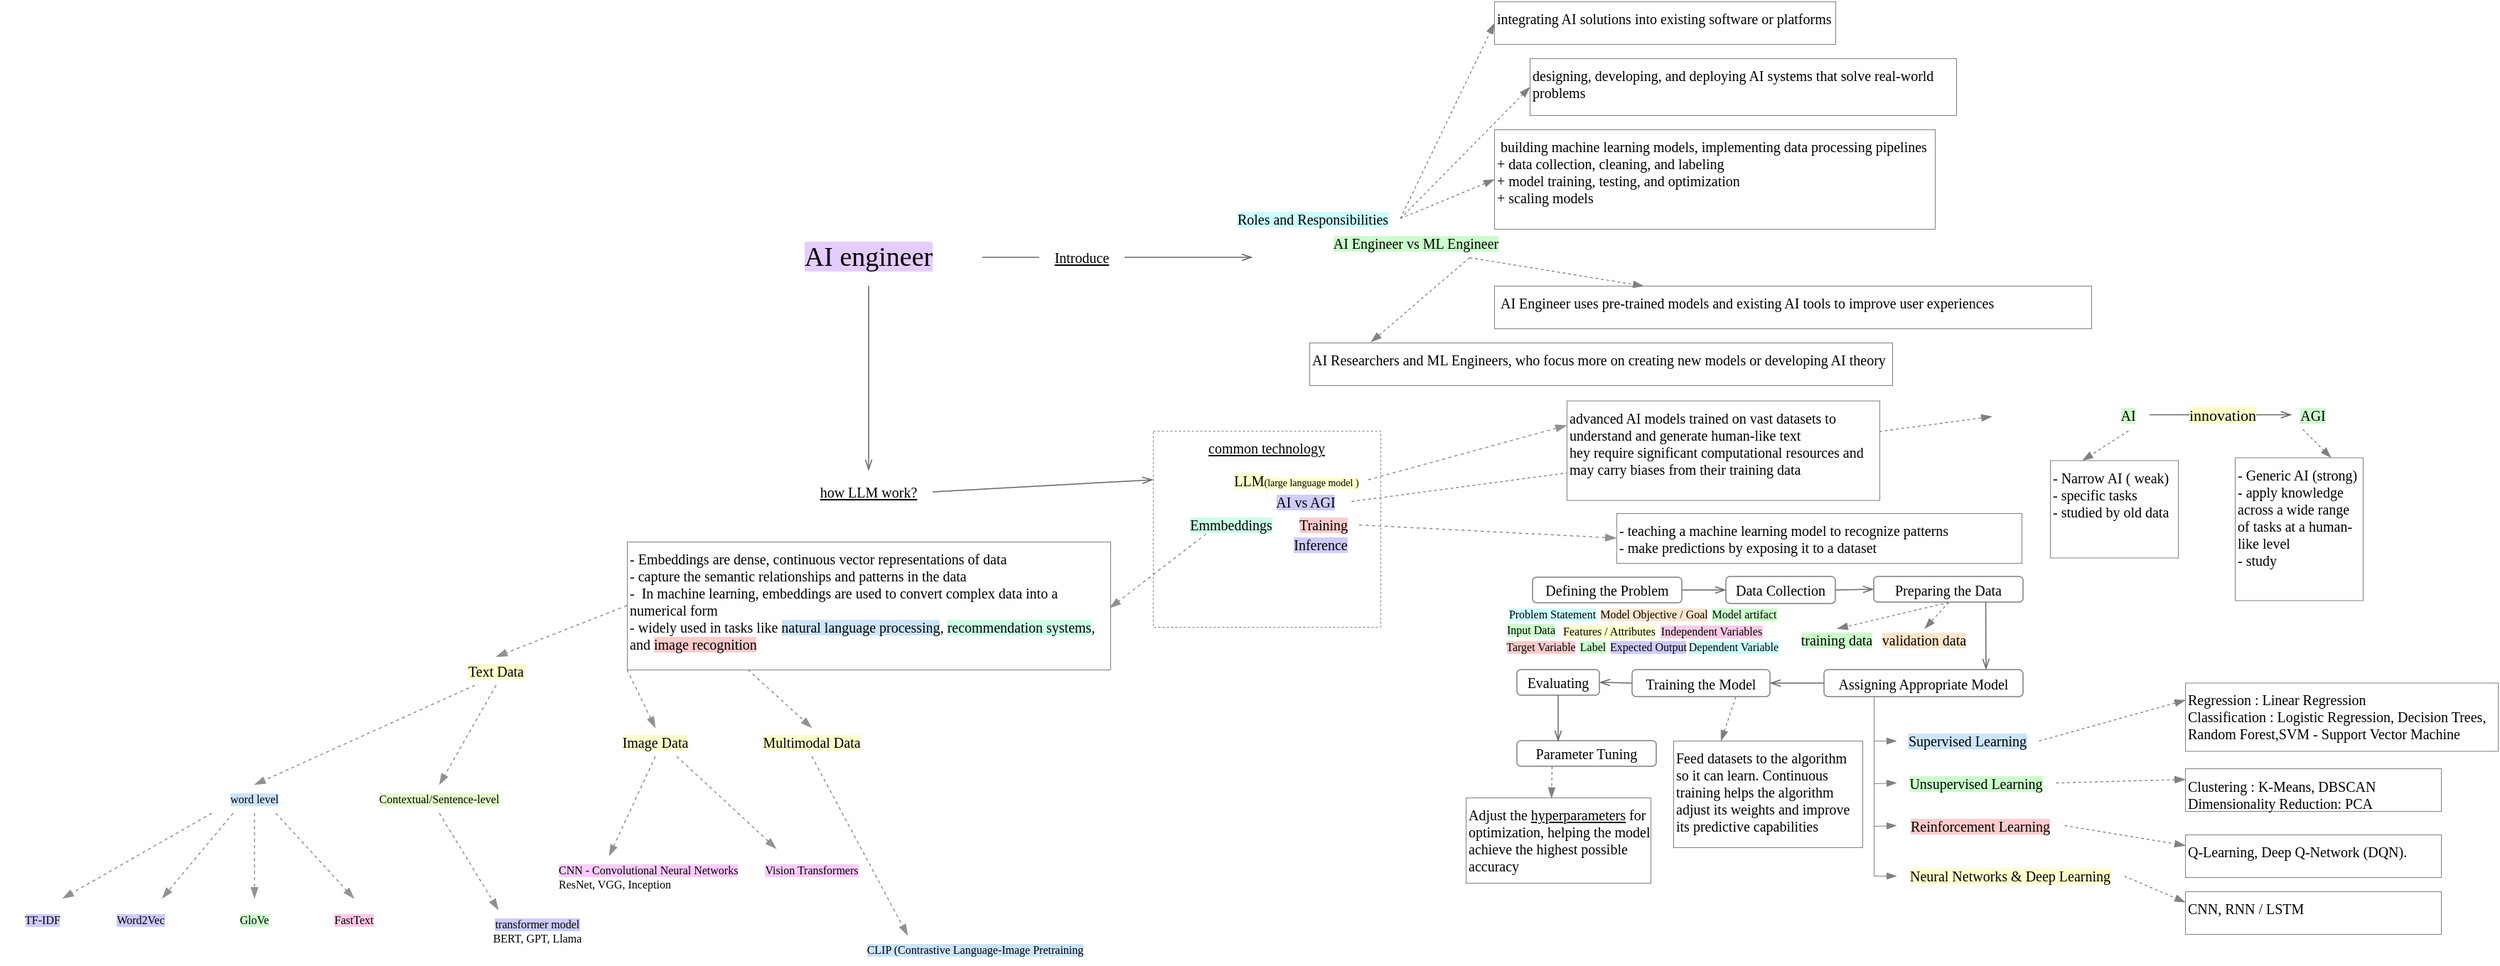
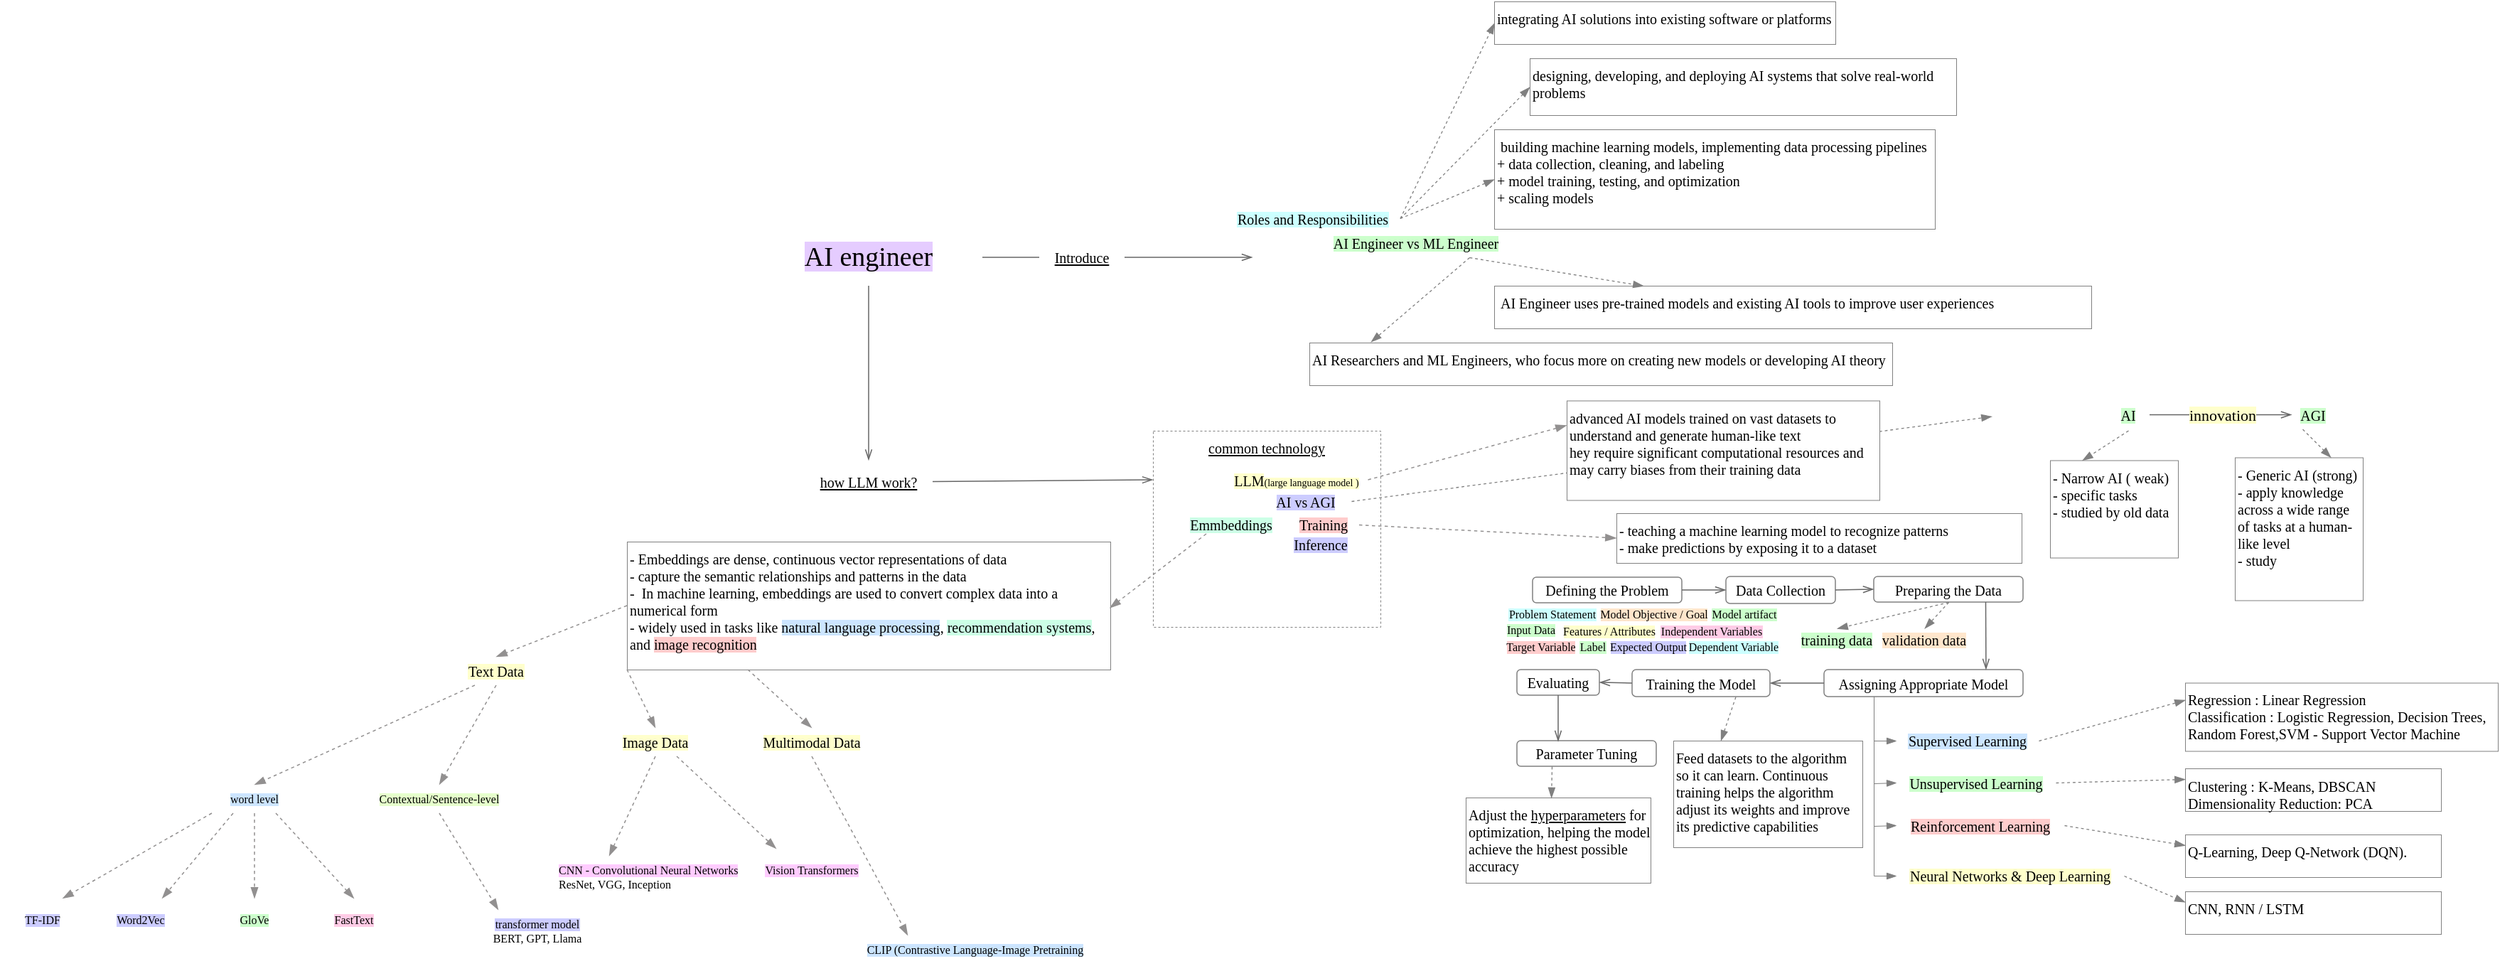
<mxfile host="app.diagrams.net" agent="Mozilla/5.0 (Macintosh; Intel Mac OS X 10_15_7) AppleWebKit/537.36 (KHTML, like Gecko) draw.io/29.3.0 Chrome/140.0.7339.249 Electron/38.7.2 Safari/537.36">
  <diagram name="Page-1" id="n3nyEJ4kgbD7jWuKOy95">
    <mxGraphModel dx="2415" dy="741" grid="1" gridSize="10" guides="1" tooltips="1" connect="1" arrows="1" fold="1" page="1" pageScale="1" pageWidth="827" pageHeight="1169" math="0" shadow="0">
      <root>
        <mxCell id="0" />
        <mxCell id="1" parent="0" />
        <mxCell id="48Jv2C9wjBzbgeSbcpPr-1" parent="1" style="text;html=1;whiteSpace=wrap;strokeColor=none;fillColor=none;align=center;verticalAlign=middle;rounded=0;fontFamily=Comic Sans MS;fontSize=19;" value="&lt;span style=&quot;background-color: rgb(229, 204, 255);&quot;&gt;AI engineer&lt;/span&gt;" vertex="1">
          <mxGeometry height="40" width="160" x="400" y="360" as="geometry" />
        </mxCell>
        <mxCell id="48Jv2C9wjBzbgeSbcpPr-3" parent="1" style="text;html=1;whiteSpace=wrap;strokeColor=none;fillColor=none;align=center;verticalAlign=middle;rounded=0;fontFamily=Comic Sans MS;fontSize=10;fontStyle=4" value="how LLM work?" vertex="1">
-           <mxGeometry height="30" width="90" x="435" y="530" as="geometry" />
+           <mxGeometry height="30" width="90" x="435" y="522.75" as="geometry" />
        </mxCell>
        <mxCell id="48Jv2C9wjBzbgeSbcpPr-6" edge="1" parent="1" source="48Jv2C9wjBzbgeSbcpPr-1" style="endArrow=openThin;html=1;rounded=0;strokeWidth=0.75;endFill=0;strokeColor=#666666;exitX=0.5;exitY=1;exitDx=0;exitDy=0;entryX=0.5;entryY=0;entryDx=0;entryDy=0;fontFamily=Comic Sans MS;" target="48Jv2C9wjBzbgeSbcpPr-3" value="">
          <mxGeometry height="50" relative="1" width="50" as="geometry">
            <mxPoint x="390" y="450" as="sourcePoint" />
            <mxPoint x="440" y="400" as="targetPoint" />
          </mxGeometry>
        </mxCell>
        <mxCell id="48Jv2C9wjBzbgeSbcpPr-8" parent="1" style="text;html=1;whiteSpace=wrap;strokeColor=none;fillColor=none;align=center;verticalAlign=middle;rounded=0;fontFamily=Comic Sans MS;fontSize=10;fontStyle=4" value="Introduce" vertex="1">
          <mxGeometry height="30" width="60" x="600" y="365" as="geometry" />
        </mxCell>
        <mxCell id="48Jv2C9wjBzbgeSbcpPr-9" edge="1" parent="1" source="48Jv2C9wjBzbgeSbcpPr-1" style="endArrow=none;html=1;rounded=0;strokeWidth=0.75;endFill=0;strokeColor=#666666;entryX=0;entryY=0.5;entryDx=0;entryDy=0;exitX=1;exitY=0.5;exitDx=0;exitDy=0;fontFamily=Comic Sans MS;" target="48Jv2C9wjBzbgeSbcpPr-8" value="">
          <mxGeometry height="50" relative="1" width="50" as="geometry">
            <mxPoint x="390" y="450" as="sourcePoint" />
            <mxPoint x="440" y="400" as="targetPoint" />
          </mxGeometry>
        </mxCell>
        <mxCell id="48Jv2C9wjBzbgeSbcpPr-11" edge="1" parent="1" source="48Jv2C9wjBzbgeSbcpPr-8" style="endArrow=openThin;html=1;rounded=0;strokeWidth=0.75;endFill=0;strokeColor=#666666;exitX=1;exitY=0.5;exitDx=0;exitDy=0;fontFamily=Comic Sans MS;" value="">
          <mxGeometry height="50" relative="1" width="50" as="geometry">
            <mxPoint x="590" y="450" as="sourcePoint" />
            <mxPoint x="750" y="380" as="targetPoint" />
          </mxGeometry>
        </mxCell>
        <mxCell id="48Jv2C9wjBzbgeSbcpPr-13" parent="1" style="text;html=1;whiteSpace=wrap;strokeColor=none;fillColor=none;align=center;verticalAlign=middle;rounded=0;fontFamily=Comic Sans MS;fontSize=10;" value="&lt;div&gt;&lt;span style=&quot;background-color: rgb(204, 255, 255);&quot;&gt;Roles and Responsibilities&lt;/span&gt;&lt;/div&gt;" vertex="1">
          <mxGeometry height="15" width="122.5" x="731.25" y="345" as="geometry" />
        </mxCell>
        <mxCell id="48Jv2C9wjBzbgeSbcpPr-14" parent="1" style="rounded=0;whiteSpace=wrap;html=1;fontFamily=Comic Sans MS;strokeWidth=0.5;strokeColor=#808080;align=left;verticalAlign=top;fontSize=10;" value="designing, developing, and deploying AI systems that solve real-world problems" vertex="1">
          <mxGeometry height="40" width="300" x="945" y="240" as="geometry" />
        </mxCell>
        <mxCell id="48Jv2C9wjBzbgeSbcpPr-15" parent="1" style="rounded=0;whiteSpace=wrap;html=1;fontFamily=Comic Sans MS;strokeWidth=0.5;strokeColor=#808080;align=left;verticalAlign=top;fontSize=10;" value="&amp;nbsp;building machine learning models, implementing data processing pipelines&lt;div&gt;+&amp;nbsp;data collection, cleaning, and labeling&lt;/div&gt;&lt;div&gt;+&amp;nbsp;model training, testing, and optimization&lt;/div&gt;&lt;div&gt;+&amp;nbsp;scaling models&lt;/div&gt;" vertex="1">
          <mxGeometry height="70" width="310" x="920" y="290" as="geometry" />
        </mxCell>
        <mxCell id="48Jv2C9wjBzbgeSbcpPr-16" parent="1" style="rounded=0;whiteSpace=wrap;html=1;fontFamily=Comic Sans MS;strokeWidth=0.5;strokeColor=#808080;align=left;verticalAlign=top;fontSize=10;" value="integrating AI solutions into existing software or platforms" vertex="1">
          <mxGeometry height="30" width="240" x="920" y="200" as="geometry" />
        </mxCell>
        <mxCell id="48Jv2C9wjBzbgeSbcpPr-17" edge="1" parent="1" source="48Jv2C9wjBzbgeSbcpPr-13" style="endArrow=blockThin;html=1;rounded=0;strokeColor=#808080;endFill=1;strokeWidth=0.65;exitX=1;exitY=0.5;exitDx=0;exitDy=0;entryX=0;entryY=0.5;entryDx=0;entryDy=0;dashed=1;fontFamily=Comic Sans MS;" target="48Jv2C9wjBzbgeSbcpPr-15" value="">
          <mxGeometry height="50" relative="1" width="50" as="geometry">
            <mxPoint x="945" y="330" as="sourcePoint" />
            <mxPoint x="920" y="290" as="targetPoint" />
          </mxGeometry>
        </mxCell>
        <mxCell id="48Jv2C9wjBzbgeSbcpPr-18" edge="1" parent="1" source="48Jv2C9wjBzbgeSbcpPr-13" style="endArrow=blockThin;html=1;rounded=0;strokeColor=#808080;endFill=1;strokeWidth=0.65;exitX=1;exitY=0.5;exitDx=0;exitDy=0;entryX=0;entryY=0.5;entryDx=0;entryDy=0;dashed=1;fontFamily=Comic Sans MS;" target="48Jv2C9wjBzbgeSbcpPr-14" value="">
          <mxGeometry height="50" relative="1" width="50" as="geometry">
            <mxPoint x="945" y="330" as="sourcePoint" />
            <mxPoint x="920" y="290" as="targetPoint" />
          </mxGeometry>
        </mxCell>
        <mxCell id="48Jv2C9wjBzbgeSbcpPr-19" edge="1" parent="1" source="48Jv2C9wjBzbgeSbcpPr-13" style="endArrow=blockThin;html=1;rounded=0;strokeColor=#808080;endFill=1;strokeWidth=0.65;exitX=1;exitY=0.5;exitDx=0;exitDy=0;entryX=0;entryY=0.5;entryDx=0;entryDy=0;dashed=1;fontFamily=Comic Sans MS;" target="48Jv2C9wjBzbgeSbcpPr-16" value="">
          <mxGeometry height="50" relative="1" width="50" as="geometry">
            <mxPoint x="945" y="330" as="sourcePoint" />
            <mxPoint x="920" y="290" as="targetPoint" />
          </mxGeometry>
        </mxCell>
        <mxCell id="48Jv2C9wjBzbgeSbcpPr-20" parent="1" style="text;html=1;whiteSpace=wrap;strokeColor=none;fillColor=none;align=center;verticalAlign=middle;rounded=0;fontFamily=Comic Sans MS;fontSize=10;" value="&lt;span style=&quot;background-color: rgb(204, 255, 204);&quot;&gt;AI Engineer vs ML Engineer&lt;/span&gt;" vertex="1">
          <mxGeometry height="20" width="150" x="790" y="360" as="geometry" />
        </mxCell>
        <mxCell id="48Jv2C9wjBzbgeSbcpPr-21" parent="1" style="rounded=0;whiteSpace=wrap;html=1;fontFamily=Comic Sans MS;strokeWidth=0.5;strokeColor=#808080;align=left;verticalAlign=top;fontSize=10;" value="&amp;nbsp;AI Engineer uses pre-trained models and existing AI tools to improve user experiences" vertex="1">
          <mxGeometry height="30" width="420" x="920" y="400" as="geometry" />
        </mxCell>
        <mxCell id="48Jv2C9wjBzbgeSbcpPr-22" parent="1" style="rounded=0;whiteSpace=wrap;html=1;fontFamily=Comic Sans MS;strokeWidth=0.5;strokeColor=#808080;align=left;verticalAlign=top;fontSize=10;" value="AI Researchers and ML Engineers, who focus more on creating new models or developing AI theory" vertex="1">
          <mxGeometry height="30" width="410" x="790" y="440" as="geometry" />
        </mxCell>
        <mxCell id="48Jv2C9wjBzbgeSbcpPr-23" edge="1" parent="1" source="48Jv2C9wjBzbgeSbcpPr-20" style="endArrow=blockThin;html=1;rounded=0;strokeColor=#808080;endFill=1;strokeWidth=0.65;exitX=0.75;exitY=1;exitDx=0;exitDy=0;entryX=0.25;entryY=0;entryDx=0;entryDy=0;dashed=1;fontFamily=Comic Sans MS;" target="48Jv2C9wjBzbgeSbcpPr-21" value="">
          <mxGeometry height="50" relative="1" width="50" as="geometry">
            <mxPoint x="705" y="330" as="sourcePoint" />
            <mxPoint x="680" y="290" as="targetPoint" />
          </mxGeometry>
        </mxCell>
        <mxCell id="48Jv2C9wjBzbgeSbcpPr-24" edge="1" parent="1" source="48Jv2C9wjBzbgeSbcpPr-20" style="endArrow=blockThin;html=1;rounded=0;strokeColor=#808080;endFill=1;strokeWidth=0.65;exitX=0.75;exitY=1;exitDx=0;exitDy=0;entryX=0.105;entryY=-0.017;entryDx=0;entryDy=0;dashed=1;entryPerimeter=0;fontFamily=Comic Sans MS;" target="48Jv2C9wjBzbgeSbcpPr-22" value="">
          <mxGeometry height="50" relative="1" width="50" as="geometry">
            <mxPoint x="705" y="330" as="sourcePoint" />
            <mxPoint x="680" y="290" as="targetPoint" />
          </mxGeometry>
        </mxCell>
        <mxCell id="48Jv2C9wjBzbgeSbcpPr-25" parent="1" style="rounded=0;whiteSpace=wrap;html=1;fontFamily=Comic Sans MS;strokeWidth=0.5;strokeColor=#808080;align=center;verticalAlign=top;fontSize=10;dashed=1;" value="&lt;u&gt;common technology&lt;/u&gt;&lt;div&gt;&lt;br&gt;&lt;/div&gt;" vertex="1">
          <mxGeometry height="138" width="160" x="680" y="502" as="geometry" />
        </mxCell>
        <mxCell id="48Jv2C9wjBzbgeSbcpPr-27" parent="1" style="text;html=1;whiteSpace=wrap;strokeColor=none;fillColor=none;align=center;verticalAlign=middle;rounded=0;fontFamily=Comic Sans MS;fontSize=10;" value="&lt;span&gt;&lt;span style=&quot;background-color: light-dark(rgb(204, 204, 255), rgb(0, 43, 0));&quot;&gt;AI vs AGI&lt;/span&gt;&lt;br&gt;&lt;/span&gt;" vertex="1">
          <mxGeometry height="10" width="65" x="754.5" y="546.5" as="geometry" />
        </mxCell>
        <mxCell id="48Jv2C9wjBzbgeSbcpPr-28" edge="1" parent="1" source="48Jv2C9wjBzbgeSbcpPr-3" style="endArrow=openThin;html=1;rounded=0;strokeWidth=0.75;endFill=0;strokeColor=#666666;exitX=1;exitY=0.5;exitDx=0;exitDy=0;entryX=0;entryY=0.25;entryDx=0;entryDy=0;fontFamily=Comic Sans MS;" target="48Jv2C9wjBzbgeSbcpPr-25" value="">
          <mxGeometry height="50" relative="1" width="50" as="geometry">
            <mxPoint x="670" y="630" as="sourcePoint" />
            <mxPoint x="720" y="580" as="targetPoint" />
          </mxGeometry>
        </mxCell>
        <mxCell id="48Jv2C9wjBzbgeSbcpPr-31" edge="1" parent="1" source="48Jv2C9wjBzbgeSbcpPr-27" style="endArrow=blockThin;html=1;rounded=0;strokeColor=#808080;endFill=1;strokeWidth=0.65;exitX=1;exitY=0.5;exitDx=0;exitDy=0;dashed=1;fontFamily=Comic Sans MS;entryX=0;entryY=0.5;entryDx=0;entryDy=0;" value="">
          <mxGeometry height="50" relative="1" width="50" as="geometry">
            <mxPoint x="810" y="536" as="sourcePoint" />
            <mxPoint x="1270" y="491.7500000000001" as="targetPoint" />
          </mxGeometry>
        </mxCell>
        <mxCell id="48Jv2C9wjBzbgeSbcpPr-32" parent="1" style="text;html=1;whiteSpace=wrap;strokeColor=none;fillColor=none;align=center;verticalAlign=middle;rounded=0;fontFamily=Comic Sans MS;fontSize=10;" value="&lt;span style=&quot;background-color: rgb(204, 255, 204);&quot;&gt;&lt;span style=&quot;background-color: light-dark(rgb(204, 255, 204), rgb(0, 43, 0));&quot;&gt;AI&lt;/span&gt;&lt;br&gt;&lt;/span&gt;" vertex="1">
          <mxGeometry height="22" width="30" x="1351" y="479.75" as="geometry" />
        </mxCell>
        <mxCell id="48Jv2C9wjBzbgeSbcpPr-34" parent="1" style="text;html=1;whiteSpace=wrap;strokeColor=none;fillColor=none;align=center;verticalAlign=middle;rounded=0;fontFamily=Comic Sans MS;fontSize=10;" value="&lt;span style=&quot;background-color: rgb(204, 255, 204);&quot;&gt;AGI&lt;/span&gt;" vertex="1">
          <mxGeometry height="20" width="30" x="1481" y="480.75" as="geometry" />
        </mxCell>
        <mxCell id="48Jv2C9wjBzbgeSbcpPr-35" edge="1" parent="1" source="48Jv2C9wjBzbgeSbcpPr-32" style="endArrow=openThin;html=1;rounded=0;strokeWidth=0.75;endFill=0;strokeColor=#666666;exitX=1;exitY=0.5;exitDx=0;exitDy=0;fontFamily=Comic Sans MS;" target="48Jv2C9wjBzbgeSbcpPr-34" value="">
          <mxGeometry height="50" relative="1" width="50" as="geometry">
            <mxPoint x="1391" y="612.75" as="sourcePoint" />
            <mxPoint x="1441" y="562.75" as="targetPoint" />
          </mxGeometry>
        </mxCell>
        <mxCell id="48Jv2C9wjBzbgeSbcpPr-36" connectable="0" parent="48Jv2C9wjBzbgeSbcpPr-35" style="edgeLabel;html=1;align=center;verticalAlign=middle;resizable=0;points=[];fontFamily=Comic Sans MS;" value="&lt;span style=&quot;background-color: rgb(255, 255, 204);&quot;&gt;innovation&lt;/span&gt;" vertex="1">
          <mxGeometry relative="1" x="-0.312" as="geometry">
            <mxPoint x="16" as="offset" />
          </mxGeometry>
        </mxCell>
        <mxCell id="48Jv2C9wjBzbgeSbcpPr-37" parent="1" style="rounded=0;whiteSpace=wrap;html=1;fontFamily=Comic Sans MS;strokeWidth=0.5;strokeColor=#808080;align=left;verticalAlign=top;fontSize=10;" value="- Narrow AI ( weak)&lt;div&gt;-&amp;nbsp;specific tasks&lt;/div&gt;&lt;div&gt;- studied by old data&lt;/div&gt;" vertex="1">
          <mxGeometry height="68.5" width="90" x="1311" y="522.75" as="geometry" />
        </mxCell>
        <mxCell id="48Jv2C9wjBzbgeSbcpPr-38" parent="1" style="rounded=0;whiteSpace=wrap;html=1;fontFamily=Comic Sans MS;strokeWidth=0.5;strokeColor=#808080;align=left;verticalAlign=top;fontSize=10;" value="- Generic AI (strong)&lt;div&gt;-&amp;nbsp;apply knowledge across a wide range of tasks at a human-like level&lt;/div&gt;&lt;div&gt;- study&amp;nbsp;&lt;/div&gt;" vertex="1">
          <mxGeometry height="100.5" width="90" x="1441" y="520.75" as="geometry" />
        </mxCell>
        <mxCell id="48Jv2C9wjBzbgeSbcpPr-39" edge="1" parent="1" source="48Jv2C9wjBzbgeSbcpPr-34" style="endArrow=blockThin;html=1;rounded=0;strokeColor=#808080;endFill=1;strokeWidth=0.65;exitX=0.25;exitY=1;exitDx=0;exitDy=0;entryX=0.75;entryY=0;entryDx=0;entryDy=0;dashed=1;" target="48Jv2C9wjBzbgeSbcpPr-38" value="">
          <mxGeometry height="50" relative="1" width="50" as="geometry">
            <mxPoint x="1456" y="580.75" as="sourcePoint" />
            <mxPoint x="1431" y="540.75" as="targetPoint" />
          </mxGeometry>
        </mxCell>
        <mxCell id="48Jv2C9wjBzbgeSbcpPr-41" edge="1" parent="1" source="48Jv2C9wjBzbgeSbcpPr-32" style="endArrow=blockThin;html=1;rounded=0;strokeColor=#808080;endFill=1;strokeWidth=0.65;exitX=0.5;exitY=1;exitDx=0;exitDy=0;entryX=0.25;entryY=0;entryDx=0;entryDy=0;dashed=1;" target="48Jv2C9wjBzbgeSbcpPr-37" value="">
          <mxGeometry height="50" relative="1" width="50" as="geometry">
            <mxPoint x="1456" y="582.75" as="sourcePoint" />
            <mxPoint x="1431" y="542.75" as="targetPoint" />
          </mxGeometry>
        </mxCell>
        <mxCell id="4Kx2ZGOmUHy-jwn0eLsE-1" parent="1" style="text;html=1;whiteSpace=wrap;strokeColor=none;fillColor=none;align=center;verticalAlign=middle;rounded=0;" value="&lt;font face=&quot;Comic Sans MS&quot; style=&quot;background-color: rgb(255, 255, 204); font-size: 10px;&quot;&gt;LLM&lt;/font&gt;&lt;span style=&quot;background-color: rgb(255, 255, 204); font-size: 7px; font-family: &amp;quot;Comic Sans MS&amp;quot;; color: light-dark(rgb(0, 0, 0), rgb(255, 255, 255));&quot;&gt;(large language model )&lt;/span&gt;" vertex="1">
          <mxGeometry height="20" width="100" x="731.25" y="526.5" as="geometry" />
        </mxCell>
        <mxCell id="4Kx2ZGOmUHy-jwn0eLsE-2" parent="1" style="rounded=0;whiteSpace=wrap;html=1;align=left;verticalAlign=top;fontFamily=Comic Sans MS;strokeWidth=0.5;fontSize=10;strokeColor=#808080;" value="&lt;div&gt;&lt;div&gt;&lt;span style=&quot;background-color: transparent;&quot;&gt;advanced AI models trained on vast datasets to understand and generate human-like text&lt;/span&gt;&lt;/div&gt;&lt;/div&gt;&lt;div&gt;&lt;span style=&quot;background-color: transparent;&quot;&gt;hey require significant computational resources and may carry biases from their training data&lt;/span&gt;&lt;/div&gt;" vertex="1">
          <mxGeometry height="70" width="220" x="971" y="480.75" as="geometry" />
        </mxCell>
        <mxCell id="4Kx2ZGOmUHy-jwn0eLsE-3" edge="1" parent="1" source="4Kx2ZGOmUHy-jwn0eLsE-1" style="endArrow=blockThin;html=1;rounded=0;endFill=1;strokeColor=light-dark(#929090, #ededed);strokeWidth=0.75;dashed=1;exitX=1;exitY=0.5;exitDx=0;exitDy=0;entryX=0;entryY=0.25;entryDx=0;entryDy=0;" target="4Kx2ZGOmUHy-jwn0eLsE-2" value="">
          <mxGeometry height="50" relative="1" width="50" as="geometry">
            <mxPoint x="710" y="550" as="sourcePoint" />
            <mxPoint x="760" y="500" as="targetPoint" />
          </mxGeometry>
        </mxCell>
        <mxCell id="4Kx2ZGOmUHy-jwn0eLsE-4" parent="1" style="text;html=1;whiteSpace=wrap;strokeColor=none;fillColor=none;align=center;verticalAlign=middle;rounded=0;fontFamily=Comic Sans MS;fontSize=10;" value="&lt;span&gt;&lt;span style=&quot;background-color: light-dark(rgb(204, 255, 230), rgb(0, 43, 0));&quot;&gt;Emmbeddings&lt;/span&gt;&lt;br&gt;&lt;/span&gt;" vertex="1">
          <mxGeometry height="14" width="70" x="700" y="560.5" as="geometry" />
        </mxCell>
        <mxCell id="4Kx2ZGOmUHy-jwn0eLsE-5" parent="1" style="rounded=0;whiteSpace=wrap;html=1;align=left;verticalAlign=top;fontFamily=Comic Sans MS;strokeWidth=0.5;fontSize=10;strokeColor=#808080;" value="&lt;div&gt;&lt;div&gt;&lt;span style=&quot;background-color: transparent;&quot;&gt;- Embeddings are dense, continuous vector representations of data&lt;/span&gt;&lt;/div&gt;&lt;/div&gt;&lt;div&gt;&lt;span style=&quot;background-color: transparent;&quot;&gt;-&amp;nbsp;&lt;/span&gt;&lt;span style=&quot;background-color: transparent;&quot;&gt;capture the semantic relationships and patterns in the data&lt;/span&gt;&lt;/div&gt;&lt;div&gt;&lt;span style=&quot;background-color: transparent;&quot;&gt;-&amp;nbsp;&lt;/span&gt;&lt;span style=&quot;background-color: transparent;&quot;&gt;&amp;nbsp;In machine learning, embeddings are used to convert complex data into a numerical form&lt;/span&gt;&lt;/div&gt;&lt;div&gt;&lt;span style=&quot;background-color: transparent;&quot;&gt;-&amp;nbsp;&lt;/span&gt;&lt;span style=&quot;background-color: transparent;&quot;&gt;widely used in tasks like &lt;/span&gt;&lt;span style=&quot;background-color: rgb(204, 229, 255);&quot;&gt;natural language processing&lt;/span&gt;&lt;span style=&quot;background-color: transparent;&quot;&gt;, &lt;/span&gt;&lt;span style=&quot;background-color: rgb(204, 255, 230);&quot;&gt;recommendation systems&lt;/span&gt;&lt;span style=&quot;background-color: transparent;&quot;&gt;, and &lt;/span&gt;&lt;span style=&quot;background-color: rgb(255, 204, 204);&quot;&gt;image recognition&lt;/span&gt;&lt;/div&gt;" vertex="1">
          <mxGeometry height="90" width="340" x="310" y="580" as="geometry" />
        </mxCell>
        <mxCell id="4Kx2ZGOmUHy-jwn0eLsE-6" parent="1" style="text;html=1;whiteSpace=wrap;strokeColor=none;fillColor=none;align=center;verticalAlign=middle;rounded=0;fontSize=10;" value="&lt;font face=&quot;Comic Sans MS&quot; style=&quot;background-color: rgb(255, 204, 204);&quot;&gt;Training&lt;/font&gt;" vertex="1">
          <mxGeometry height="13.5" width="50" x="775" y="561.5" as="geometry" />
        </mxCell>
        <mxCell id="4Kx2ZGOmUHy-jwn0eLsE-7" edge="1" parent="1" source="4Kx2ZGOmUHy-jwn0eLsE-4" style="endArrow=blockThin;html=1;rounded=0;endFill=1;strokeColor=light-dark(#929090, #ededed);strokeWidth=0.75;dashed=1;exitX=0.25;exitY=1;exitDx=0;exitDy=0;entryX=0.999;entryY=0.518;entryDx=0;entryDy=0;entryPerimeter=0;" target="4Kx2ZGOmUHy-jwn0eLsE-5" value="">
          <mxGeometry height="50" relative="1" width="50" as="geometry">
            <mxPoint x="620" y="640" as="sourcePoint" />
            <mxPoint x="670" y="590" as="targetPoint" />
          </mxGeometry>
        </mxCell>
        <mxCell id="4Kx2ZGOmUHy-jwn0eLsE-8" parent="1" style="rounded=0;whiteSpace=wrap;html=1;align=left;verticalAlign=top;fontFamily=Comic Sans MS;strokeWidth=0.5;fontSize=10;strokeColor=#808080;" value="&lt;div&gt;&lt;span style=&quot;background-color: transparent; color: light-dark(rgb(0, 0, 0), rgb(255, 255, 255));&quot;&gt;-&amp;nbsp;teaching a machine learning model to recognize patterns&lt;/span&gt;&lt;/div&gt;&lt;div&gt;-&amp;nbsp;make predictions by exposing it to a dataset&lt;/div&gt;" vertex="1">
          <mxGeometry height="35" width="285" x="1006" y="560" as="geometry" />
        </mxCell>
        <mxCell id="4Kx2ZGOmUHy-jwn0eLsE-10" edge="1" parent="1" source="4Kx2ZGOmUHy-jwn0eLsE-6" style="endArrow=blockThin;html=1;rounded=0;endFill=1;strokeColor=light-dark(#929090, #ededed);strokeWidth=0.75;dashed=1;exitX=1;exitY=0.5;exitDx=0;exitDy=0;entryX=0;entryY=0.5;entryDx=0;entryDy=0;" target="4Kx2ZGOmUHy-jwn0eLsE-8" value="">
          <mxGeometry height="50" relative="1" width="50" as="geometry">
            <mxPoint x="950" y="590" as="sourcePoint" />
            <mxPoint x="1000" y="540" as="targetPoint" />
          </mxGeometry>
        </mxCell>
        <mxCell id="4Kx2ZGOmUHy-jwn0eLsE-11" parent="1" style="text;html=1;whiteSpace=wrap;strokeColor=none;fillColor=none;align=center;verticalAlign=middle;rounded=0;fontSize=10;" value="&lt;font face=&quot;Comic Sans MS&quot; style=&quot;background-color: rgb(255, 255, 204);&quot;&gt;Text Data&lt;/font&gt;" vertex="1">
          <mxGeometry height="20" width="60" x="188" y="661" as="geometry" />
        </mxCell>
        <mxCell id="4Kx2ZGOmUHy-jwn0eLsE-12" parent="1" style="text;html=1;whiteSpace=wrap;strokeColor=none;fillColor=none;align=center;verticalAlign=middle;rounded=0;fontSize=10;" value="&lt;font face=&quot;Comic Sans MS&quot; style=&quot;background-color: rgb(255, 255, 204);&quot;&gt;Image Data&lt;/font&gt;" vertex="1">
          <mxGeometry height="20" width="60" x="300" y="711" as="geometry" />
        </mxCell>
        <mxCell id="4Kx2ZGOmUHy-jwn0eLsE-13" parent="1" style="text;html=1;whiteSpace=wrap;strokeColor=none;fillColor=none;align=center;verticalAlign=middle;rounded=0;fontSize=10;" value="&lt;font face=&quot;Comic Sans MS&quot; style=&quot;background-color: rgb(255, 255, 204);&quot;&gt;Multimodal&amp;nbsp;Data&lt;/font&gt;" vertex="1">
          <mxGeometry height="20" width="60" x="410" y="711" as="geometry" />
        </mxCell>
        <mxCell id="4Kx2ZGOmUHy-jwn0eLsE-14" edge="1" parent="1" source="4Kx2ZGOmUHy-jwn0eLsE-5" style="endArrow=blockThin;html=1;rounded=0;endFill=1;strokeColor=light-dark(#929090, #ededed);strokeWidth=0.75;dashed=1;entryX=0.5;entryY=0;entryDx=0;entryDy=0;exitX=0.25;exitY=1;exitDx=0;exitDy=0;" target="4Kx2ZGOmUHy-jwn0eLsE-13" value="">
          <mxGeometry height="50" relative="1" width="50" as="geometry">
            <mxPoint x="410" y="700" as="sourcePoint" />
            <mxPoint x="460" y="650" as="targetPoint" />
          </mxGeometry>
        </mxCell>
        <mxCell id="4Kx2ZGOmUHy-jwn0eLsE-15" edge="1" parent="1" source="4Kx2ZGOmUHy-jwn0eLsE-5" style="endArrow=blockThin;html=1;rounded=0;endFill=1;strokeColor=light-dark(#929090, #ededed);strokeWidth=0.75;dashed=1;entryX=0.5;entryY=0;entryDx=0;entryDy=0;exitX=0;exitY=1;exitDx=0;exitDy=0;" target="4Kx2ZGOmUHy-jwn0eLsE-12" value="">
          <mxGeometry height="50" relative="1" width="50" as="geometry">
            <mxPoint x="410" y="700" as="sourcePoint" />
            <mxPoint x="460" y="650" as="targetPoint" />
          </mxGeometry>
        </mxCell>
        <mxCell id="4Kx2ZGOmUHy-jwn0eLsE-16" edge="1" parent="1" source="4Kx2ZGOmUHy-jwn0eLsE-5" style="endArrow=blockThin;html=1;rounded=0;endFill=1;strokeColor=light-dark(#929090, #ededed);strokeWidth=0.75;dashed=1;entryX=0.5;entryY=0;entryDx=0;entryDy=0;exitX=0;exitY=0.5;exitDx=0;exitDy=0;" target="4Kx2ZGOmUHy-jwn0eLsE-11" value="">
          <mxGeometry height="50" relative="1" width="50" as="geometry">
            <mxPoint x="410" y="700" as="sourcePoint" />
            <mxPoint x="460" y="650" as="targetPoint" />
          </mxGeometry>
        </mxCell>
        <mxCell id="4Kx2ZGOmUHy-jwn0eLsE-17" parent="1" style="text;html=1;whiteSpace=wrap;strokeColor=none;fillColor=none;align=center;verticalAlign=middle;rounded=0;fontSize=8;" value="&lt;font face=&quot;Comic Sans MS&quot; style=&quot;background-color: rgb(204, 229, 255);&quot;&gt;word level&lt;/font&gt;" vertex="1">
          <mxGeometry height="20" width="60" x="18" y="751" as="geometry" />
        </mxCell>
        <mxCell id="4Kx2ZGOmUHy-jwn0eLsE-18" parent="1" style="text;html=1;whiteSpace=wrap;strokeColor=none;fillColor=none;align=center;verticalAlign=middle;rounded=0;fontSize=8;fontStyle=0" value="&lt;font face=&quot;Comic Sans MS&quot; style=&quot;background-color: rgb(204, 204, 255);&quot;&gt;Word2Vec&lt;/font&gt;" vertex="1">
          <mxGeometry height="30" width="60" x="-62" y="830.9999999999995" as="geometry" />
        </mxCell>
        <mxCell id="4Kx2ZGOmUHy-jwn0eLsE-19" parent="1" style="text;html=1;whiteSpace=wrap;strokeColor=none;fillColor=none;align=center;verticalAlign=middle;rounded=0;fontSize=8;fontStyle=0" value="&lt;font face=&quot;Comic Sans MS&quot; style=&quot;background-color: rgb(204, 255, 204);&quot;&gt;GloVe&lt;/font&gt;" vertex="1">
          <mxGeometry height="30" width="60" x="18" y="830.9999999999995" as="geometry" />
        </mxCell>
        <mxCell id="4Kx2ZGOmUHy-jwn0eLsE-20" parent="1" style="text;html=1;whiteSpace=wrap;strokeColor=none;fillColor=none;align=center;verticalAlign=middle;rounded=0;fontSize=8;fontStyle=0" value="&lt;font face=&quot;Comic Sans MS&quot; style=&quot;background-color: rgb(255, 204, 230);&quot;&gt;FastText&lt;/font&gt;" vertex="1">
          <mxGeometry height="30" width="60" x="88" y="830.9999999999995" as="geometry" />
        </mxCell>
        <mxCell id="4Kx2ZGOmUHy-jwn0eLsE-21" edge="1" parent="1" source="4Kx2ZGOmUHy-jwn0eLsE-17" style="endArrow=blockThin;html=1;rounded=0;endFill=1;strokeColor=light-dark(#929090, #ededed);strokeWidth=0.75;dashed=1;exitX=0.75;exitY=1;exitDx=0;exitDy=0;entryX=0.5;entryY=0;entryDx=0;entryDy=0;fontSize=8;" target="4Kx2ZGOmUHy-jwn0eLsE-20" value="">
          <mxGeometry height="50" relative="1" width="50" as="geometry">
            <mxPoint x="118" y="791" as="sourcePoint" />
            <mxPoint x="168" y="741" as="targetPoint" />
          </mxGeometry>
        </mxCell>
        <mxCell id="4Kx2ZGOmUHy-jwn0eLsE-22" edge="1" parent="1" source="4Kx2ZGOmUHy-jwn0eLsE-17" style="endArrow=blockThin;html=1;rounded=0;endFill=1;strokeColor=light-dark(#929090, #ededed);strokeWidth=0.75;dashed=1;exitX=0.5;exitY=1;exitDx=0;exitDy=0;fontSize=8;" target="4Kx2ZGOmUHy-jwn0eLsE-19" value="">
          <mxGeometry height="50" relative="1" width="50" as="geometry">
            <mxPoint x="88" y="791" as="sourcePoint" />
            <mxPoint x="143" y="851" as="targetPoint" />
          </mxGeometry>
        </mxCell>
        <mxCell id="4Kx2ZGOmUHy-jwn0eLsE-23" edge="1" parent="1" source="4Kx2ZGOmUHy-jwn0eLsE-17" style="endArrow=blockThin;html=1;rounded=0;endFill=1;strokeColor=light-dark(#929090, #ededed);strokeWidth=0.75;dashed=1;exitX=0.25;exitY=1;exitDx=0;exitDy=0;entryX=0.75;entryY=0;entryDx=0;entryDy=0;fontSize=8;" target="4Kx2ZGOmUHy-jwn0eLsE-18" value="">
          <mxGeometry height="50" relative="1" width="50" as="geometry">
            <mxPoint x="38" y="781" as="sourcePoint" />
            <mxPoint x="38" y="841" as="targetPoint" />
          </mxGeometry>
        </mxCell>
        <mxCell id="4Kx2ZGOmUHy-jwn0eLsE-24" parent="1" style="text;html=1;whiteSpace=wrap;strokeColor=none;fillColor=none;align=center;verticalAlign=middle;rounded=0;fontSize=8;" value="&lt;font face=&quot;Comic Sans MS&quot; style=&quot;background-color: rgb(230, 255, 204);&quot;&gt;Contextual/Sentence-level&lt;/font&gt;" vertex="1">
          <mxGeometry height="20" width="140" x="108" y="751" as="geometry" />
        </mxCell>
        <mxCell id="4Kx2ZGOmUHy-jwn0eLsE-25" parent="1" style="text;html=1;whiteSpace=wrap;strokeColor=none;fillColor=none;align=center;verticalAlign=middle;rounded=0;fontSize=8;" value="&lt;font face=&quot;Comic Sans MS&quot;&gt;&lt;span style=&quot;background-color: rgb(204, 204, 255);&quot;&gt;transformer model&lt;/span&gt;&lt;br&gt;&lt;font&gt;BERT, GPT, Llama&lt;/font&gt;&lt;/font&gt;" vertex="1">
          <mxGeometry height="30" width="110" x="192" y="839" as="geometry" />
        </mxCell>
        <mxCell id="4Kx2ZGOmUHy-jwn0eLsE-26" edge="1" parent="1" source="4Kx2ZGOmUHy-jwn0eLsE-24" style="endArrow=blockThin;html=1;rounded=0;endFill=1;strokeColor=light-dark(#929090, #ededed);strokeWidth=0.75;dashed=1;entryX=0.25;entryY=0;entryDx=0;entryDy=0;exitX=0.5;exitY=1;exitDx=0;exitDy=0;fontSize=8;" target="4Kx2ZGOmUHy-jwn0eLsE-25" value="">
          <mxGeometry height="50" relative="1" width="50" as="geometry">
            <mxPoint x="208" y="841" as="sourcePoint" />
            <mxPoint x="258" y="791" as="targetPoint" />
          </mxGeometry>
        </mxCell>
        <mxCell id="4Kx2ZGOmUHy-jwn0eLsE-27" edge="1" parent="1" source="4Kx2ZGOmUHy-jwn0eLsE-11" style="endArrow=blockThin;html=1;rounded=0;endFill=1;strokeColor=light-dark(#929090, #ededed);strokeWidth=0.75;dashed=1;exitX=0.25;exitY=1;exitDx=0;exitDy=0;entryX=0.5;entryY=0;entryDx=0;entryDy=0;" target="4Kx2ZGOmUHy-jwn0eLsE-17" value="">
          <mxGeometry height="50" relative="1" width="50" as="geometry">
            <mxPoint x="178" y="851" as="sourcePoint" />
            <mxPoint x="228" y="801" as="targetPoint" />
          </mxGeometry>
        </mxCell>
        <mxCell id="4Kx2ZGOmUHy-jwn0eLsE-28" edge="1" parent="1" source="4Kx2ZGOmUHy-jwn0eLsE-11" style="endArrow=blockThin;html=1;rounded=0;endFill=1;strokeColor=light-dark(#929090, #ededed);strokeWidth=0.75;dashed=1;entryX=0.5;entryY=0;entryDx=0;entryDy=0;exitX=0.5;exitY=1;exitDx=0;exitDy=0;" target="4Kx2ZGOmUHy-jwn0eLsE-24" value="">
          <mxGeometry height="50" relative="1" width="50" as="geometry">
            <mxPoint x="178" y="851" as="sourcePoint" />
            <mxPoint x="228" y="801" as="targetPoint" />
          </mxGeometry>
        </mxCell>
        <mxCell id="4Kx2ZGOmUHy-jwn0eLsE-29" parent="1" style="text;html=1;whiteSpace=wrap;strokeColor=none;fillColor=none;align=left;verticalAlign=middle;rounded=0;fontSize=8;" value="&lt;font face=&quot;Comic Sans MS&quot;&gt;&lt;span style=&quot;background-color: rgb(255, 204, 255);&quot;&gt;CNN - Convolutional Neural Networks&lt;/span&gt;&lt;br&gt;&lt;span&gt;ResNet, VGG, Inception&lt;/span&gt;&lt;/font&gt;" vertex="1">
          <mxGeometry height="30" width="150" x="260" y="801" as="geometry" />
        </mxCell>
        <mxCell id="4Kx2ZGOmUHy-jwn0eLsE-30" parent="1" style="text;html=1;whiteSpace=wrap;strokeColor=none;fillColor=none;align=center;verticalAlign=middle;rounded=0;fontSize=8;" value="&lt;font face=&quot;Comic Sans MS&quot; style=&quot;background-color: rgb(255, 204, 255);&quot;&gt;Vision Transformers&lt;/font&gt;" vertex="1">
          <mxGeometry height="30" width="100" x="390" y="796" as="geometry" />
        </mxCell>
        <mxCell id="4Kx2ZGOmUHy-jwn0eLsE-31" edge="1" parent="1" source="4Kx2ZGOmUHy-jwn0eLsE-12" style="endArrow=blockThin;html=1;rounded=0;endFill=1;strokeColor=light-dark(#929090, #ededed);strokeWidth=0.75;dashed=1;exitX=0.5;exitY=1;exitDx=0;exitDy=0;entryX=0.25;entryY=0;entryDx=0;entryDy=0;" target="4Kx2ZGOmUHy-jwn0eLsE-29" value="">
          <mxGeometry height="50" relative="1" width="50" as="geometry">
            <mxPoint x="250" y="891" as="sourcePoint" />
            <mxPoint x="300" y="841" as="targetPoint" />
          </mxGeometry>
        </mxCell>
        <mxCell id="4Kx2ZGOmUHy-jwn0eLsE-32" edge="1" parent="1" source="4Kx2ZGOmUHy-jwn0eLsE-12" style="endArrow=blockThin;html=1;rounded=0;endFill=1;strokeColor=light-dark(#929090, #ededed);strokeWidth=0.75;dashed=1;entryX=0.25;entryY=0;entryDx=0;entryDy=0;exitX=0.75;exitY=1;exitDx=0;exitDy=0;" target="4Kx2ZGOmUHy-jwn0eLsE-30" value="">
          <mxGeometry height="50" relative="1" width="50" as="geometry">
            <mxPoint x="250" y="891" as="sourcePoint" />
            <mxPoint x="300" y="841" as="targetPoint" />
          </mxGeometry>
        </mxCell>
        <mxCell id="4Kx2ZGOmUHy-jwn0eLsE-33" parent="1" style="text;html=1;whiteSpace=wrap;strokeColor=none;fillColor=none;align=center;verticalAlign=middle;rounded=0;fontSize=8;" value="&lt;font face=&quot;Comic Sans MS&quot; style=&quot;background-color: rgb(204, 229, 255);&quot;&gt;CLIP (Contrastive Language-Image Pretraining&lt;/font&gt;" vertex="1">
          <mxGeometry height="20" width="190" x="460" y="857" as="geometry" />
        </mxCell>
        <mxCell id="4Kx2ZGOmUHy-jwn0eLsE-34" edge="1" parent="1" source="4Kx2ZGOmUHy-jwn0eLsE-13" style="endArrow=blockThin;html=1;rounded=0;endFill=1;strokeColor=light-dark(#929090, #ededed);strokeWidth=0.75;dashed=1;entryX=0.25;entryY=0;entryDx=0;entryDy=0;exitX=0.5;exitY=1;exitDx=0;exitDy=0;" target="4Kx2ZGOmUHy-jwn0eLsE-33" value="">
          <mxGeometry height="50" relative="1" width="50" as="geometry">
            <mxPoint x="230" y="781" as="sourcePoint" />
            <mxPoint x="280" y="731" as="targetPoint" />
          </mxGeometry>
        </mxCell>
        <mxCell id="4Kx2ZGOmUHy-jwn0eLsE-35" parent="1" style="text;html=1;whiteSpace=wrap;strokeColor=none;fillColor=none;align=center;verticalAlign=middle;rounded=0;fontSize=8;fontStyle=0" value="&lt;font face=&quot;Comic Sans MS&quot; style=&quot;background-color: rgb(204, 204, 255);&quot;&gt;TF-IDF&lt;/font&gt;" vertex="1">
          <mxGeometry height="30" width="60" x="-131" y="831" as="geometry" />
        </mxCell>
        <mxCell id="4Kx2ZGOmUHy-jwn0eLsE-36" edge="1" parent="1" source="4Kx2ZGOmUHy-jwn0eLsE-17" style="endArrow=blockThin;html=1;rounded=0;endFill=1;strokeColor=light-dark(#929090, #ededed);strokeWidth=0.75;dashed=1;exitX=0;exitY=1;exitDx=0;exitDy=0;entryX=0.75;entryY=0;entryDx=0;entryDy=0;" value="">
          <mxGeometry height="50" relative="1" width="50" as="geometry">
            <mxPoint x="-12" y="731" as="sourcePoint" />
            <mxPoint x="-87" y="831" as="targetPoint" />
          </mxGeometry>
        </mxCell>
        <mxCell id="V7DRn1bYesRj_FAgbpVT-1" parent="1" style="rounded=1;whiteSpace=wrap;html=1;strokeColor=#808080;fontFamily=Comic Sans MS;strokeWidth=0.75;fontSize=10;" value="Defining the Problem" vertex="1">
          <mxGeometry height="18" width="105" x="947" y="605" as="geometry" />
        </mxCell>
        <mxCell id="V7DRn1bYesRj_FAgbpVT-5" parent="1" style="rounded=1;whiteSpace=wrap;html=1;strokeColor=#808080;fontFamily=Comic Sans MS;strokeWidth=0.75;fontSize=10;" value="Data Collection" vertex="1">
          <mxGeometry height="19" width="77" x="1083" y="604.5" as="geometry" />
        </mxCell>
        <mxCell id="V7DRn1bYesRj_FAgbpVT-7" parent="1" style="rounded=1;whiteSpace=wrap;html=1;strokeColor=#808080;fontFamily=Comic Sans MS;strokeWidth=0.75;fontSize=10;" value="Preparing the Data" vertex="1">
          <mxGeometry height="18" width="105" x="1187" y="604.5" as="geometry" />
        </mxCell>
        <mxCell id="V7DRn1bYesRj_FAgbpVT-8" parent="1" style="rounded=1;whiteSpace=wrap;html=1;strokeColor=#808080;fontFamily=Comic Sans MS;strokeWidth=0.75;fontSize=10;" value="Assigning Appropriate Model" vertex="1">
          <mxGeometry height="19" width="140" x="1152" y="670" as="geometry" />
        </mxCell>
        <mxCell id="V7DRn1bYesRj_FAgbpVT-9" parent="1" style="rounded=1;whiteSpace=wrap;html=1;strokeColor=#808080;fontFamily=Comic Sans MS;strokeWidth=0.75;fontSize=10;" value="Training the Model" vertex="1">
          <mxGeometry height="19" width="97" x="1017" y="670" as="geometry" />
        </mxCell>
        <mxCell id="V7DRn1bYesRj_FAgbpVT-10" parent="1" style="rounded=1;whiteSpace=wrap;html=1;strokeColor=#808080;fontFamily=Comic Sans MS;strokeWidth=0.75;fontSize=10;" value="Evaluating" vertex="1">
          <mxGeometry height="18" width="58" x="936" y="670" as="geometry" />
        </mxCell>
        <mxCell id="V7DRn1bYesRj_FAgbpVT-11" parent="1" style="rounded=1;whiteSpace=wrap;html=1;strokeColor=#808080;fontFamily=Comic Sans MS;strokeWidth=0.75;fontSize=10;" value="Parameter Tuning" vertex="1">
          <mxGeometry height="18" width="98" x="936" y="720" as="geometry" />
        </mxCell>
        <mxCell id="V7DRn1bYesRj_FAgbpVT-12" edge="1" parent="1" source="V7DRn1bYesRj_FAgbpVT-1" style="endArrow=openThin;html=1;rounded=0;strokeWidth=0.75;endFill=0;strokeColor=#666666;entryX=0;entryY=0.5;entryDx=0;entryDy=0;exitX=1;exitY=0.5;exitDx=0;exitDy=0;" target="V7DRn1bYesRj_FAgbpVT-5" value="">
          <mxGeometry height="50" relative="1" width="50" as="geometry">
            <mxPoint x="1021" y="695" as="sourcePoint" />
            <mxPoint x="1071" y="645" as="targetPoint" />
          </mxGeometry>
        </mxCell>
        <mxCell id="V7DRn1bYesRj_FAgbpVT-13" edge="1" parent="1" source="V7DRn1bYesRj_FAgbpVT-5" style="endArrow=openThin;html=1;rounded=0;strokeWidth=0.75;endFill=0;strokeColor=#666666;entryX=0;entryY=0.5;entryDx=0;entryDy=0;exitX=1;exitY=0.5;exitDx=0;exitDy=0;" target="V7DRn1bYesRj_FAgbpVT-7" value="">
          <mxGeometry height="50" relative="1" width="50" as="geometry">
            <mxPoint x="1021" y="695" as="sourcePoint" />
            <mxPoint x="1071" y="645" as="targetPoint" />
          </mxGeometry>
        </mxCell>
        <mxCell id="V7DRn1bYesRj_FAgbpVT-14" edge="1" parent="1" source="V7DRn1bYesRj_FAgbpVT-7" style="endArrow=openThin;html=1;rounded=0;strokeWidth=0.75;endFill=0;strokeColor=#666666;exitX=0.75;exitY=1;exitDx=0;exitDy=0;entryX=0.814;entryY=0;entryDx=0;entryDy=0;entryPerimeter=0;" target="V7DRn1bYesRj_FAgbpVT-8" value="">
          <mxGeometry height="50" relative="1" width="50" as="geometry">
            <mxPoint x="1245" y="652" as="sourcePoint" />
            <mxPoint x="1295" y="602" as="targetPoint" />
          </mxGeometry>
        </mxCell>
        <mxCell id="V7DRn1bYesRj_FAgbpVT-15" edge="1" parent="1" source="V7DRn1bYesRj_FAgbpVT-8" style="endArrow=openThin;html=1;rounded=0;strokeWidth=0.75;endFill=0;strokeColor=#666666;exitX=0;exitY=0.5;exitDx=0;exitDy=0;entryX=1;entryY=0.5;entryDx=0;entryDy=0;" target="V7DRn1bYesRj_FAgbpVT-9" value="">
          <mxGeometry height="50" relative="1" width="50" as="geometry">
            <mxPoint x="1086" y="652" as="sourcePoint" />
            <mxPoint x="1136" y="602" as="targetPoint" />
          </mxGeometry>
        </mxCell>
        <mxCell id="V7DRn1bYesRj_FAgbpVT-16" edge="1" parent="1" source="V7DRn1bYesRj_FAgbpVT-9" style="endArrow=openThin;html=1;rounded=0;strokeWidth=0.75;endFill=0;strokeColor=#666666;exitX=0;exitY=0.5;exitDx=0;exitDy=0;entryX=1;entryY=0.5;entryDx=0;entryDy=0;" target="V7DRn1bYesRj_FAgbpVT-10" value="">
          <mxGeometry height="50" relative="1" width="50" as="geometry">
            <mxPoint x="950" y="652" as="sourcePoint" />
            <mxPoint x="1000" y="602" as="targetPoint" />
          </mxGeometry>
        </mxCell>
        <mxCell id="V7DRn1bYesRj_FAgbpVT-17" edge="1" parent="1" source="V7DRn1bYesRj_FAgbpVT-10" style="endArrow=openThin;html=1;rounded=0;strokeWidth=0.75;endFill=0;strokeColor=#666666;entryX=0.296;entryY=0.028;entryDx=0;entryDy=0;entryPerimeter=0;exitX=0.5;exitY=1;exitDx=0;exitDy=0;" target="V7DRn1bYesRj_FAgbpVT-11" value="">
          <mxGeometry height="50" relative="1" width="50" as="geometry">
            <mxPoint x="911" y="614" as="sourcePoint" />
            <mxPoint x="961" y="564" as="targetPoint" />
          </mxGeometry>
        </mxCell>
        <mxCell id="V7DRn1bYesRj_FAgbpVT-18" parent="1" style="text;html=1;whiteSpace=wrap;strokeColor=none;fillColor=none;align=center;verticalAlign=middle;rounded=0;fontFamily=Comic Sans MS;fontSize=10;" value="&lt;span style=&quot;background-color: rgb(204, 255, 204);&quot;&gt;training data&lt;/span&gt;" vertex="1">
          <mxGeometry height="15" width="60" x="1131" y="641" as="geometry" />
        </mxCell>
        <mxCell id="V7DRn1bYesRj_FAgbpVT-19" parent="1" style="text;html=1;whiteSpace=wrap;strokeColor=none;fillColor=none;align=center;verticalAlign=middle;rounded=0;fontFamily=Comic Sans MS;fontSize=10;" value="&lt;span style=&quot;background-color: rgb(255, 230, 204);&quot;&gt;validation data&lt;/span&gt;" vertex="1">
          <mxGeometry height="15" width="69" x="1188" y="641" as="geometry" />
        </mxCell>
        <mxCell id="V7DRn1bYesRj_FAgbpVT-20" edge="1" parent="1" source="V7DRn1bYesRj_FAgbpVT-7" style="endArrow=blockThin;html=1;rounded=0;strokeColor=#808080;endFill=1;strokeWidth=0.65;exitX=0.5;exitY=1;exitDx=0;exitDy=0;entryX=0.5;entryY=0;entryDx=0;entryDy=0;dashed=1;" target="V7DRn1bYesRj_FAgbpVT-19" value="">
          <mxGeometry height="50" relative="1" width="50" as="geometry">
            <mxPoint x="1105" y="571" as="sourcePoint" />
            <mxPoint x="1080" y="531" as="targetPoint" />
          </mxGeometry>
        </mxCell>
        <mxCell id="V7DRn1bYesRj_FAgbpVT-21" edge="1" parent="1" source="V7DRn1bYesRj_FAgbpVT-7" style="endArrow=blockThin;html=1;rounded=0;strokeColor=#808080;endFill=1;strokeWidth=0.65;exitX=0.5;exitY=1;exitDx=0;exitDy=0;entryX=0.5;entryY=0;entryDx=0;entryDy=0;dashed=1;" target="V7DRn1bYesRj_FAgbpVT-18" value="">
          <mxGeometry height="50" relative="1" width="50" as="geometry">
            <mxPoint x="1105" y="571" as="sourcePoint" />
            <mxPoint x="1080" y="531" as="targetPoint" />
          </mxGeometry>
        </mxCell>
        <mxCell id="V7DRn1bYesRj_FAgbpVT-22" parent="1" style="text;html=1;whiteSpace=wrap;strokeColor=none;fillColor=none;align=center;verticalAlign=middle;rounded=0;fontFamily=Comic Sans MS;fontSize=10;" value="&lt;span style=&quot;background-color: rgb(204, 229, 255);&quot;&gt;Supervised Learning&lt;/span&gt;" vertex="1">
          <mxGeometry height="18" width="100" x="1203" y="711" as="geometry" />
        </mxCell>
        <mxCell id="V7DRn1bYesRj_FAgbpVT-23" parent="1" style="text;html=1;whiteSpace=wrap;strokeColor=none;fillColor=none;align=center;verticalAlign=middle;rounded=0;fontFamily=Comic Sans MS;fontSize=10;" value="&lt;span style=&quot;background-color: rgb(204, 255, 204);&quot;&gt;Unsupervised Learning&lt;/span&gt;" vertex="1">
          <mxGeometry height="21" width="112" x="1203" y="739" as="geometry" />
        </mxCell>
        <mxCell id="V7DRn1bYesRj_FAgbpVT-24" parent="1" style="text;html=1;whiteSpace=wrap;strokeColor=none;fillColor=none;align=center;verticalAlign=middle;rounded=0;fontFamily=Comic Sans MS;fontSize=10;" value="&lt;span style=&quot;background-color: rgb(255, 204, 204);&quot;&gt;Reinforcement Learning&lt;/span&gt;" vertex="1">
          <mxGeometry height="19" width="118" x="1203" y="770" as="geometry" />
        </mxCell>
        <mxCell id="V7DRn1bYesRj_FAgbpVT-25" parent="1" style="text;html=1;whiteSpace=wrap;strokeColor=none;fillColor=none;align=center;verticalAlign=middle;rounded=0;fontFamily=Comic Sans MS;fontSize=10;" value="&lt;span style=&quot;background-color: rgb(255, 255, 204);&quot;&gt;Neural Networks &amp;amp; Deep Learning&lt;/span&gt;" vertex="1">
          <mxGeometry height="18" width="160" x="1203" y="806" as="geometry" />
        </mxCell>
        <mxCell id="V7DRn1bYesRj_FAgbpVT-26" edge="1" parent="1" source="V7DRn1bYesRj_FAgbpVT-8" style="endArrow=blockThin;html=1;rounded=0;strokeColor=#808080;endFill=1;strokeWidth=0.5;exitX=0.25;exitY=1;exitDx=0;exitDy=0;entryX=0;entryY=0.5;entryDx=0;entryDy=0;" target="V7DRn1bYesRj_FAgbpVT-22" value="">
          <mxGeometry height="50" relative="1" width="50" as="geometry">
            <Array as="points">
              <mxPoint x="1187" y="720" />
            </Array>
            <mxPoint x="1169" y="744" as="sourcePoint" />
            <mxPoint x="1273" y="654" as="targetPoint" />
          </mxGeometry>
        </mxCell>
        <mxCell id="V7DRn1bYesRj_FAgbpVT-27" edge="1" parent="1" source="V7DRn1bYesRj_FAgbpVT-8" style="endArrow=blockThin;html=1;rounded=0;strokeColor=#808080;endFill=1;strokeWidth=0.5;entryX=0;entryY=0.5;entryDx=0;entryDy=0;exitX=0.25;exitY=1;exitDx=0;exitDy=0;" target="V7DRn1bYesRj_FAgbpVT-23" value="">
          <mxGeometry height="50" relative="1" width="50" as="geometry">
            <Array as="points">
              <mxPoint x="1187" y="750" />
            </Array>
            <mxPoint x="1186" y="690" as="sourcePoint" />
            <mxPoint x="1260" y="650" as="targetPoint" />
          </mxGeometry>
        </mxCell>
        <mxCell id="V7DRn1bYesRj_FAgbpVT-28" edge="1" parent="1" source="V7DRn1bYesRj_FAgbpVT-8" style="endArrow=blockThin;html=1;rounded=0;strokeColor=#808080;endFill=1;strokeWidth=0.5;exitX=0.25;exitY=1;exitDx=0;exitDy=0;entryX=0;entryY=0.5;entryDx=0;entryDy=0;" target="V7DRn1bYesRj_FAgbpVT-24" value="">
          <mxGeometry height="50" relative="1" width="50" as="geometry">
            <Array as="points">
              <mxPoint x="1187" y="780" />
            </Array>
            <mxPoint x="1176" y="790" as="sourcePoint" />
            <mxPoint x="1280" y="700" as="targetPoint" />
          </mxGeometry>
        </mxCell>
        <mxCell id="V7DRn1bYesRj_FAgbpVT-31" edge="1" parent="1" source="V7DRn1bYesRj_FAgbpVT-8" style="endArrow=blockThin;html=1;rounded=0;strokeColor=#808080;endFill=1;strokeWidth=0.5;exitX=0.25;exitY=1;exitDx=0;exitDy=0;entryX=0;entryY=0.5;entryDx=0;entryDy=0;" target="V7DRn1bYesRj_FAgbpVT-25" value="">
          <mxGeometry height="50" relative="1" width="50" as="geometry">
            <Array as="points">
              <mxPoint x="1187" y="815" />
            </Array>
            <mxPoint x="1136" y="790" as="sourcePoint" />
            <mxPoint x="1240" y="700" as="targetPoint" />
          </mxGeometry>
        </mxCell>
        <mxCell id="V7DRn1bYesRj_FAgbpVT-33" parent="1" style="rounded=0;whiteSpace=wrap;html=1;fontFamily=Comic Sans MS;strokeWidth=0.5;strokeColor=#808080;align=left;verticalAlign=top;fontSize=10;" value="CNN,&amp;nbsp;RNN / LSTM" vertex="1">
          <mxGeometry height="30" width="180" x="1406" y="826" as="geometry" />
        </mxCell>
        <mxCell id="V7DRn1bYesRj_FAgbpVT-35" parent="1" style="rounded=0;whiteSpace=wrap;html=1;fontFamily=Comic Sans MS;strokeWidth=0.5;strokeColor=#808080;align=left;verticalAlign=top;fontSize=10;" value="Q-Learning, Deep Q-Network (DQN)." vertex="1">
          <mxGeometry height="30" width="180" x="1406" y="786" as="geometry" />
        </mxCell>
        <mxCell id="V7DRn1bYesRj_FAgbpVT-36" parent="1" style="rounded=0;whiteSpace=wrap;html=1;fontFamily=Comic Sans MS;strokeWidth=0.5;strokeColor=#808080;align=left;verticalAlign=top;fontSize=10;" value="Clustering :&amp;nbsp;K-Means, DBSCAN&lt;br&gt;Dimensionality Reduction:&amp;nbsp;PCA" vertex="1">
          <mxGeometry height="30" width="180" x="1406" y="739.5" as="geometry" />
        </mxCell>
        <mxCell id="V7DRn1bYesRj_FAgbpVT-37" parent="1" style="rounded=0;whiteSpace=wrap;html=1;fontFamily=Comic Sans MS;strokeWidth=0.5;strokeColor=#808080;align=left;verticalAlign=top;fontSize=10;" value="Regression :&amp;nbsp;Linear Regression&lt;div&gt;Classification : Logistic Regression, Decision Trees, Random Forest,SVM - Support Vector Machine&lt;/div&gt;" vertex="1">
          <mxGeometry height="48" width="220" x="1406" y="679.25" as="geometry" />
        </mxCell>
        <mxCell id="V7DRn1bYesRj_FAgbpVT-39" edge="1" parent="1" source="V7DRn1bYesRj_FAgbpVT-22" style="endArrow=blockThin;html=1;rounded=0;strokeColor=#808080;endFill=1;strokeWidth=0.65;exitX=1;exitY=0.5;exitDx=0;exitDy=0;entryX=0;entryY=0.25;entryDx=0;entryDy=0;dashed=1;" target="V7DRn1bYesRj_FAgbpVT-37" value="">
          <mxGeometry height="50" relative="1" width="50" as="geometry">
            <mxPoint x="1351" y="760" as="sourcePoint" />
            <mxPoint x="1326" y="720" as="targetPoint" />
          </mxGeometry>
        </mxCell>
        <mxCell id="V7DRn1bYesRj_FAgbpVT-40" edge="1" parent="1" source="V7DRn1bYesRj_FAgbpVT-23" style="endArrow=blockThin;html=1;rounded=0;strokeColor=#808080;endFill=1;strokeWidth=0.65;exitX=1;exitY=0.5;exitDx=0;exitDy=0;entryX=0;entryY=0.25;entryDx=0;entryDy=0;dashed=1;" target="V7DRn1bYesRj_FAgbpVT-36" value="">
          <mxGeometry height="50" relative="1" width="50" as="geometry">
            <mxPoint x="1351" y="760" as="sourcePoint" />
            <mxPoint x="1326" y="720" as="targetPoint" />
          </mxGeometry>
        </mxCell>
        <mxCell id="V7DRn1bYesRj_FAgbpVT-41" edge="1" parent="1" source="V7DRn1bYesRj_FAgbpVT-24" style="endArrow=blockThin;html=1;rounded=0;strokeColor=#808080;endFill=1;strokeWidth=0.65;exitX=1;exitY=0.5;exitDx=0;exitDy=0;entryX=0;entryY=0.25;entryDx=0;entryDy=0;dashed=1;" target="V7DRn1bYesRj_FAgbpVT-35" value="">
          <mxGeometry height="50" relative="1" width="50" as="geometry">
            <mxPoint x="1351" y="760" as="sourcePoint" />
            <mxPoint x="1326" y="720" as="targetPoint" />
          </mxGeometry>
        </mxCell>
        <mxCell id="V7DRn1bYesRj_FAgbpVT-42" edge="1" parent="1" source="V7DRn1bYesRj_FAgbpVT-25" style="endArrow=blockThin;html=1;rounded=0;strokeColor=#808080;endFill=1;strokeWidth=0.65;exitX=1;exitY=0.5;exitDx=0;exitDy=0;entryX=0;entryY=0.25;entryDx=0;entryDy=0;dashed=1;" target="V7DRn1bYesRj_FAgbpVT-33" value="">
          <mxGeometry height="50" relative="1" width="50" as="geometry">
            <mxPoint x="1351" y="760" as="sourcePoint" />
            <mxPoint x="1326" y="720" as="targetPoint" />
          </mxGeometry>
        </mxCell>
        <mxCell id="V7DRn1bYesRj_FAgbpVT-44" parent="1" style="rounded=0;whiteSpace=wrap;html=1;fontFamily=Comic Sans MS;strokeWidth=0.5;strokeColor=#808080;align=left;verticalAlign=top;fontSize=10;" value="Feed datasets to the algorithm so it can learn. Continuous training helps the algorithm adjust its weights and improve its predictive capabilities" vertex="1">
          <mxGeometry height="75" width="133" x="1046" y="720" as="geometry" />
        </mxCell>
        <mxCell id="V7DRn1bYesRj_FAgbpVT-45" edge="1" parent="1" source="V7DRn1bYesRj_FAgbpVT-9" style="endArrow=blockThin;html=1;rounded=0;strokeColor=#808080;endFill=1;strokeWidth=0.65;exitX=0.75;exitY=1;exitDx=0;exitDy=0;entryX=0.25;entryY=0;entryDx=0;entryDy=0;dashed=1;" target="V7DRn1bYesRj_FAgbpVT-44" value="">
          <mxGeometry height="50" relative="1" width="50" as="geometry">
            <mxPoint x="1081" y="690" as="sourcePoint" />
            <mxPoint x="1056" y="650" as="targetPoint" />
          </mxGeometry>
        </mxCell>
        <mxCell id="V7DRn1bYesRj_FAgbpVT-46" parent="1" style="rounded=0;whiteSpace=wrap;html=1;fontFamily=Comic Sans MS;strokeWidth=0.5;strokeColor=#808080;align=left;verticalAlign=top;fontSize=10;" value="Adjust the &lt;u&gt;hyperparameters&lt;/u&gt; for optimization, helping the model achieve the highest possible accuracy" vertex="1">
          <mxGeometry height="60" width="130" x="900" y="760" as="geometry" />
        </mxCell>
        <mxCell id="V7DRn1bYesRj_FAgbpVT-47" edge="1" parent="1" source="V7DRn1bYesRj_FAgbpVT-11" style="endArrow=blockThin;html=1;rounded=0;strokeColor=#808080;endFill=1;strokeWidth=0.65;exitX=0.25;exitY=1;exitDx=0;exitDy=0;entryX=0.462;entryY=0.005;entryDx=0;entryDy=0;dashed=1;entryPerimeter=0;" target="V7DRn1bYesRj_FAgbpVT-46" value="">
          <mxGeometry height="50" relative="1" width="50" as="geometry">
            <mxPoint x="1081" y="750" as="sourcePoint" />
            <mxPoint x="961.5" y="760" as="targetPoint" />
          </mxGeometry>
        </mxCell>
        <mxCell id="V7DRn1bYesRj_FAgbpVT-48" parent="1" style="text;html=1;whiteSpace=wrap;strokeColor=none;fillColor=none;align=center;verticalAlign=middle;rounded=0;fontFamily=Comic Sans MS;fontSize=8;" value="&lt;span style=&quot;background-color: rgb(204, 255, 204);&quot;&gt;Input Data&lt;/span&gt;" vertex="1">
          <mxGeometry height="20" width="60" x="916" y="632.25" as="geometry" />
        </mxCell>
        <mxCell id="V7DRn1bYesRj_FAgbpVT-49" parent="1" style="text;html=1;whiteSpace=wrap;strokeColor=none;fillColor=none;align=center;verticalAlign=middle;rounded=0;fontFamily=Comic Sans MS;fontSize=8;" value="&lt;span style=&quot;background-color: rgb(204, 255, 255);&quot;&gt;Problem Statement&lt;/span&gt;" vertex="1">
          <mxGeometry height="20" width="90" x="916" y="621.25" as="geometry" />
        </mxCell>
        <mxCell id="V7DRn1bYesRj_FAgbpVT-50" parent="1" style="text;html=1;whiteSpace=wrap;strokeColor=none;fillColor=none;align=center;verticalAlign=middle;rounded=0;fontFamily=Comic Sans MS;fontSize=8;" value="&lt;span style=&quot;background-color: rgb(255, 230, 204);&quot;&gt;Model Objective / Goal&lt;/span&gt;" vertex="1">
          <mxGeometry height="16.75" width="110.5" x="976.75" y="622.88" as="geometry" />
        </mxCell>
        <mxCell id="V7DRn1bYesRj_FAgbpVT-51" parent="1" style="text;html=1;whiteSpace=wrap;strokeColor=none;fillColor=none;align=center;verticalAlign=middle;rounded=0;fontFamily=Comic Sans MS;fontSize=8;" value="&lt;span style=&quot;background-color: rgb(255, 255, 204);&quot;&gt;Features / Attributes&lt;/span&gt;" vertex="1">
          <mxGeometry height="20" width="100" x="951" y="633" as="geometry" />
        </mxCell>
        <mxCell id="V7DRn1bYesRj_FAgbpVT-52" parent="1" style="text;html=1;whiteSpace=wrap;strokeColor=none;fillColor=none;align=center;verticalAlign=middle;rounded=0;fontFamily=Comic Sans MS;fontSize=8;" value="&lt;span style=&quot;background-color: rgb(255, 204, 230);&quot;&gt;Independent Variables&lt;/span&gt;" vertex="1">
          <mxGeometry height="20" width="100" x="1023" y="633" as="geometry" />
        </mxCell>
        <mxCell id="V7DRn1bYesRj_FAgbpVT-53" parent="1" style="text;html=1;whiteSpace=wrap;strokeColor=none;fillColor=none;align=center;verticalAlign=middle;rounded=0;fontFamily=Comic Sans MS;fontSize=8;" value="&lt;span style=&quot;background-color: rgb(255, 204, 204);&quot;&gt;Target Variable&lt;/span&gt;" vertex="1">
          <mxGeometry height="20" width="60" x="923" y="644" as="geometry" />
        </mxCell>
        <mxCell id="V7DRn1bYesRj_FAgbpVT-54" parent="1" style="text;html=1;whiteSpace=wrap;strokeColor=none;fillColor=none;align=center;verticalAlign=middle;rounded=0;fontFamily=Comic Sans MS;fontSize=8;" value="&lt;span style=&quot;background-color: rgb(204, 255, 204);&quot;&gt;Label&lt;/span&gt;" vertex="1">
          <mxGeometry height="12" width="25" x="976.75" y="648" as="geometry" />
        </mxCell>
        <mxCell id="V7DRn1bYesRj_FAgbpVT-55" parent="1" style="text;html=1;whiteSpace=wrap;strokeColor=none;fillColor=none;align=center;verticalAlign=middle;rounded=0;fontFamily=Comic Sans MS;fontSize=8;" value="&lt;span style=&quot;background-color: rgb(204, 204, 255);&quot;&gt;Expected Output&lt;/span&gt;" vertex="1">
          <mxGeometry height="15" width="65" x="995.5" y="646.5" as="geometry" />
        </mxCell>
        <mxCell id="V7DRn1bYesRj_FAgbpVT-56" parent="1" style="text;html=1;whiteSpace=wrap;strokeColor=none;fillColor=none;align=center;verticalAlign=middle;rounded=0;fontFamily=Comic Sans MS;fontSize=8;" value="&lt;span style=&quot;background-color: rgb(204, 255, 255);&quot;&gt;Dependent Variable&lt;/span&gt;" vertex="1">
          <mxGeometry height="18" width="75" x="1051" y="645" as="geometry" />
        </mxCell>
        <mxCell id="V7DRn1bYesRj_FAgbpVT-57" parent="1" style="text;html=1;whiteSpace=wrap;strokeColor=none;fillColor=none;align=center;verticalAlign=middle;rounded=0;fontFamily=Comic Sans MS;fontSize=8;" value="&lt;span style=&quot;background-color: rgb(204, 255, 204);&quot;&gt;Model artifact&lt;/span&gt;" vertex="1">
          <mxGeometry height="15" width="60" x="1066" y="623.75" as="geometry" />
        </mxCell>
        <mxCell id="V7DRn1bYesRj_FAgbpVT-58" parent="1" style="text;html=1;whiteSpace=wrap;strokeColor=none;fillColor=none;align=center;verticalAlign=middle;rounded=0;fontSize=10;" value="&lt;font face=&quot;Comic Sans MS&quot; style=&quot;background-color: rgb(204, 204, 255);&quot;&gt;Inference&lt;/font&gt;" vertex="1">
          <mxGeometry height="13.5" width="50" x="773" y="575" as="geometry" />
        </mxCell>
+         <mxCell id="V7DRn1bYesRj_FAgbpVT-59" edge="1" parent="1" source="48Jv2C9wjBzbgeSbcpPr-3" style="edgeStyle=orthogonalEdgeStyle;rounded=0;orthogonalLoop=1;jettySize=auto;html=1;innerLoopWaypoints=1;exitX=0.5;exitY=1;exitDx=0;exitDy=0;" target="48Jv2C9wjBzbgeSbcpPr-3">
+           <mxGeometry relative="1" as="geometry" />
+         </mxCell>
      </root>
    </mxGraphModel>
  </diagram>
</mxfile>
